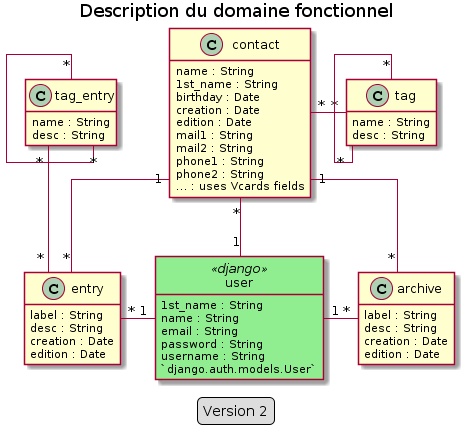
The PlantUML diagram doc/data_model/functional_model.png in freezed/ocp13, before a commit.
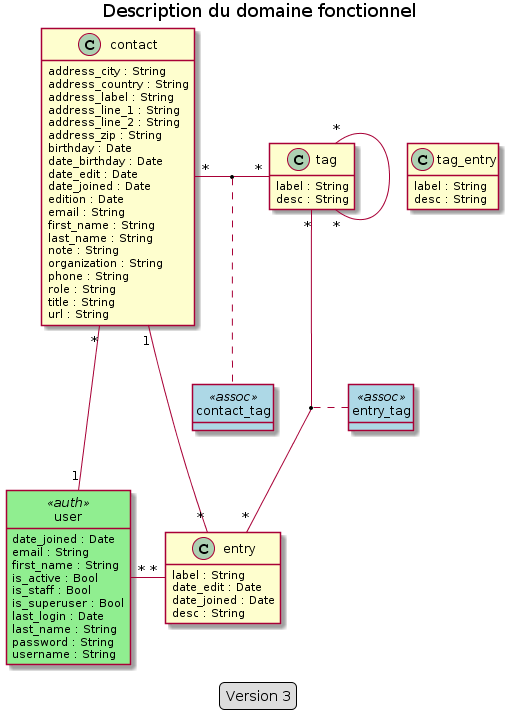
After the commit.

Commit message:
Edit data model v3

The edit, as a diff of the source:
```diff
@@ -1,82 +1,87 @@
 @startuml
 title Description du domaine fonctionnel
 
-skinparam linetype ortho
 hide empty methods
 hide <<assoc>> circle
-hide <<django>> circle
+hide <<auth>> circle
 skinparam class {
     BackgroundColor<<assoc>> lightblue
-    BackgroundColor<<django>> lightgreen
+    BackgroundColor<<auth>> lightgreen
 }
 
 
-class archive
 class contact
 class entry
 class tag
-class tag_entry
-class user <<django>>
+class user <<auth>>
 
 
 contact "1" -- "*" entry
-contact "1" -- "*" archive
 contact "*" - "*" tag
-tag_entry "*" -- "*" entry
-tag_entry "*" - "*" tag_entry
+tag "*" -- "*" entry
 tag "*" - "*" tag
 contact "*" -- "1" user
-entry "*" - "1" user
-user "1" - "*" archive
+user "*" - "*" entry
 
-
-class user{
-    1st_name : String
-    name : String
+class user {
+    date_joined : Date
     email : String
+    first_name : String
+    is_active : Bool
+    is_staff : Bool
+    is_superuser : Bool
+    last_login : Date
+    last_name : String
     password : String
     username : String
-    `django.auth.models.User`
 }
 
-class contact{
-    name : String
-    1st_name : String
+class contact {
+    address_city : String
+    address_country : String
+    address_label : String
+    address_line_1 : String
+    address_line_2 : String
+    address_zip : String
     birthday : Date
-    creation : Date
+    date_birthday : Date
+    date_edit : Date
+    date_joined : Date
     edition : Date
-    mail1 : String
-    mail2 : String
-    phone1 : String
-    phone2 : String
-    … : uses Vcards fields
+    email : String
+    first_name : String
+    last_name : String
+    note : String
+    organization : String
+    phone : String
+    role : String
+    title : String
+    url : String
 }
 
-class tag{
-    name : String
+class tag {
+    label : String
     desc : String
 }
 
-class entry{
+class entry {
     label : String
-    desc : String
-    creation : Date
-    edition : Date
-}
-
-class archive{
-    label : String
-    desc : String
-    creation : Date
-    edition : Date
-}
-
-class tag_entry{
-    name : String
+    date_edit : Date
+    date_joined : Date
     desc : String
 }
 
+class tag_entry {
+    label : String
+    desc : String
+}
+
+class contact_tag <<assoc>>
+class entry_tag <<assoc>>
+(contact, tag) .. contact_tag
+(tag, entry) .. entry_tag
+
 legend
-    Version 2
+    Version 3
 endlegend
 @enduml
```
